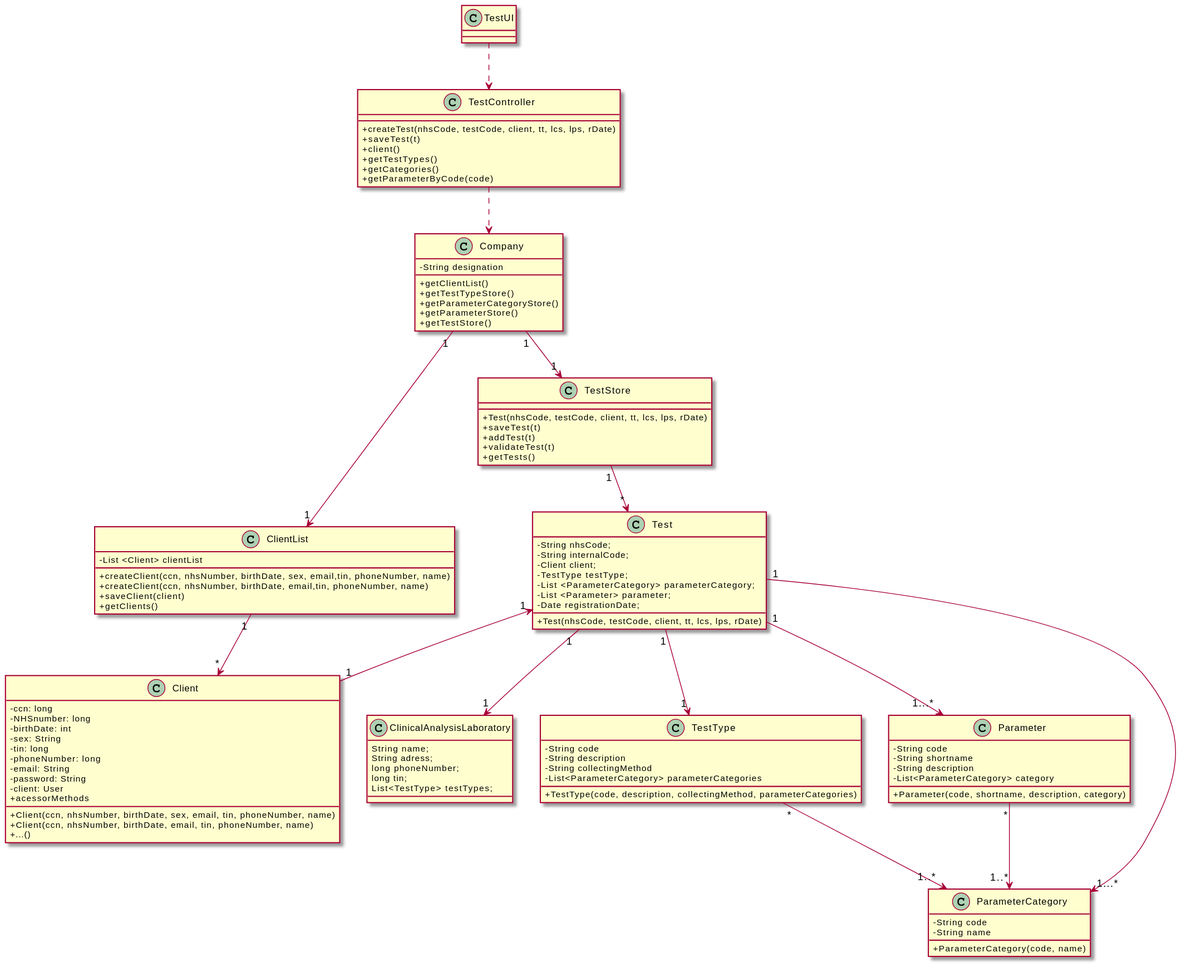
Earlier version of the PlantUML export docs/SprintD/US_17/US17_CD.svg (RuiRioPina/LAPR2-20-21). Source of this version:
```plantuml
@startuml
skinparam classAttributeIconSize 0

class ClinicalAnalysisLaboratory{
String name;
String adress;
long phoneNumber;
long tin;
List<TestType> testTypes;
}

class Company
{
  -String designation
  +getClientList()
  +getTestTypeStore()
  +getParameterCategoryStore()
  +getParameterStore()
  +getTestStore()
}

class Client {
-ccn: long
-NHSnumber: long
-birthDate: int
-sex: String
-tin: long
-phoneNumber: long
-email: String
-password: String
-client: User
+acessorMethods

+Client(ccn, nhsNumber, birthDate, sex, email, tin, phoneNumber, name)
+Client(ccn, nhsNumber, birthDate, email, tin, phoneNumber, name)
+...()
}


class ClientList {
  -List <Client> clientList
  +createClient(ccn, nhsNumber, birthDate, sex, email,tin, phoneNumber, name)
  +createClient(ccn, nhsNumber, birthDate, email,tin, phoneNumber, name)
  +saveClient(client)
  +getClients()
}
class TestType{
-String code
-String description
-String collectingMethod
-List<ParameterCategory> parameterCategories
+TestType(code, description, collectingMethod, parameterCategories)
}

class Parameter {
  -String code
  -String shortname
  -String description
  -List<ParameterCategory> category
  +Parameter(code, shortname, description, category)
}

class ParameterCategory {
  -String code
  -String name
  +ParameterCategory(code, name)
}

class TestUI {
}

class TestController {
  +createTest(nhsCode, testCode, client, tt, lcs, lps, rDate)
  +saveTest(t)
  +client()
  +getTestTypes()
  +getCategories()
  +getParameterByCode(code)
}

class Test {
   -String nhsCode;
   -String internalCode;
   -Client client;
   -TestType testType;
   -List <ParameterCategory>  parameterCategory;
   -List <Parameter> parameter;
   -Date registrationDate;
  +Test(nhsCode, testCode, client, tt, lcs, lps, rDate)
}

class TestStore {
  +Test(nhsCode, testCode, client, tt, lcs, lps, rDate)
  +saveTest(t)
  +addTest(t)
  +validateTest(t)
  +getTests()
}

TestUI ..> TestController
TestController ..> Company
ClientList "1" --> "*" Client
Company "1" --> "1" TestStore
Company "1" --> "1" ClientList
TestStore"1" --> "*" Test

TestType "*" --> "1..*" ParameterCategory

Parameter "*" --> "1..*" ParameterCategory
Test "1" --> "1" TestType
Test "1" <-- "1" Client
Test "1" --> "1...*" Parameter
Test "1" --> "1...*" ParameterCategory
Test "1" --> "1" ClinicalAnalysisLaboratory
@enduml
```
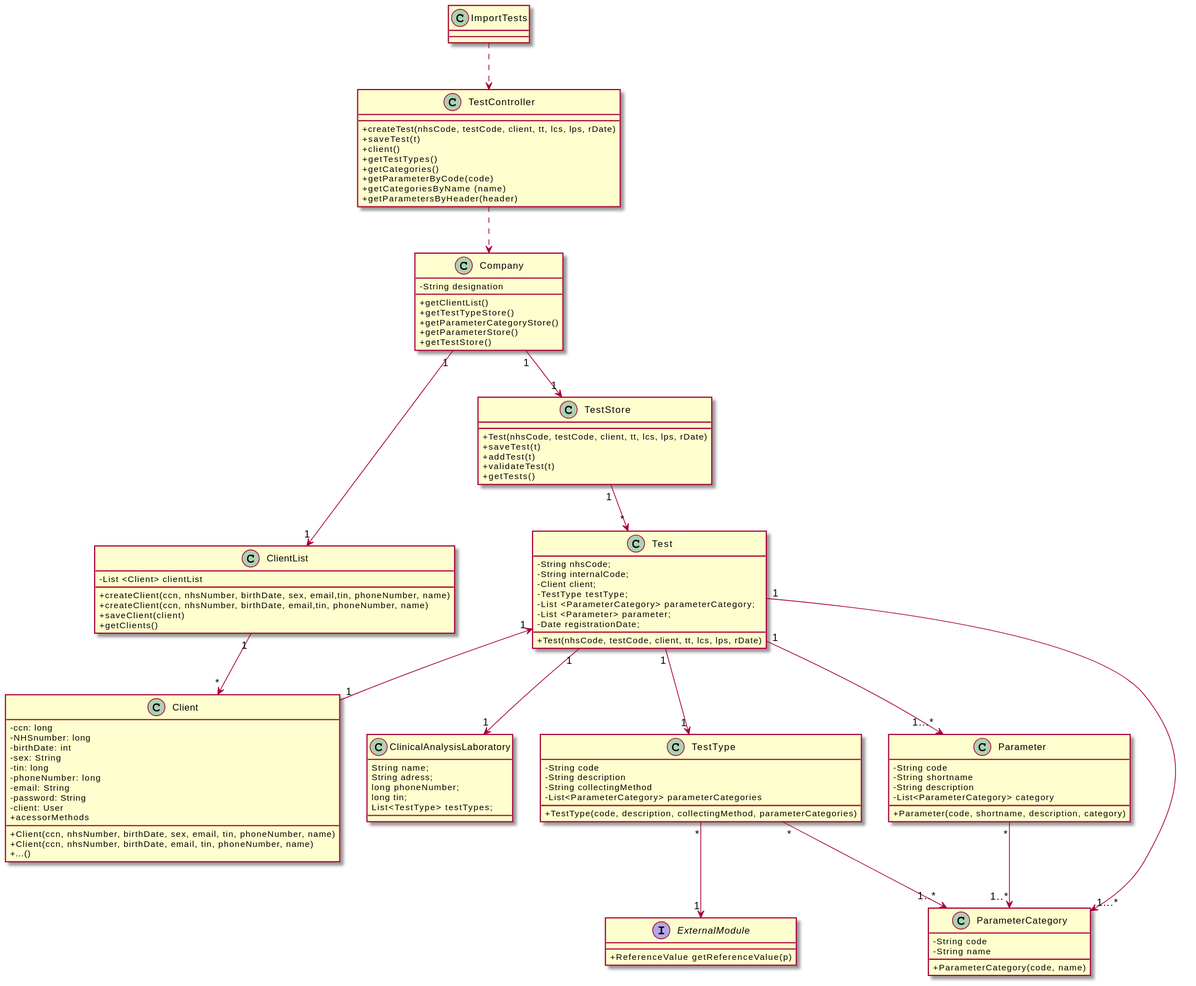
Later version of the same file.

The edit, as a diff of the source:
```diff
@@ -36,6 +36,9 @@
 +...()
 }
 
+interface ExternalModule {
++ ReferenceValue getReferenceValue(p)
+}
 
 class ClientList {
   -List <Client> clientList
@@ -66,7 +69,7 @@
   +ParameterCategory(code, name)
 }
 
-class TestUI {
+class ImportTests {
 }
 
 class TestController {
@@ -76,6 +79,8 @@
   +getTestTypes()
   +getCategories()
   +getParameterByCode(code)
+  +getCategoriesByName (name)
+  +getParametersByHeader(header)
 }
 
 class Test {
@@ -97,7 +102,7 @@
   +getTests()
 }
 
-TestUI ..> TestController
+ImportTests ..> TestController
 TestController ..> Company
 ClientList "1" --> "*" Client
 Company "1" --> "1" TestStore
@@ -112,4 +117,5 @@
 Test "1" --> "1...*" Parameter
 Test "1" --> "1...*" ParameterCategory
 Test "1" --> "1" ClinicalAnalysisLaboratory
+TestType "*" --> "1" ExternalModule
 @enduml
```
